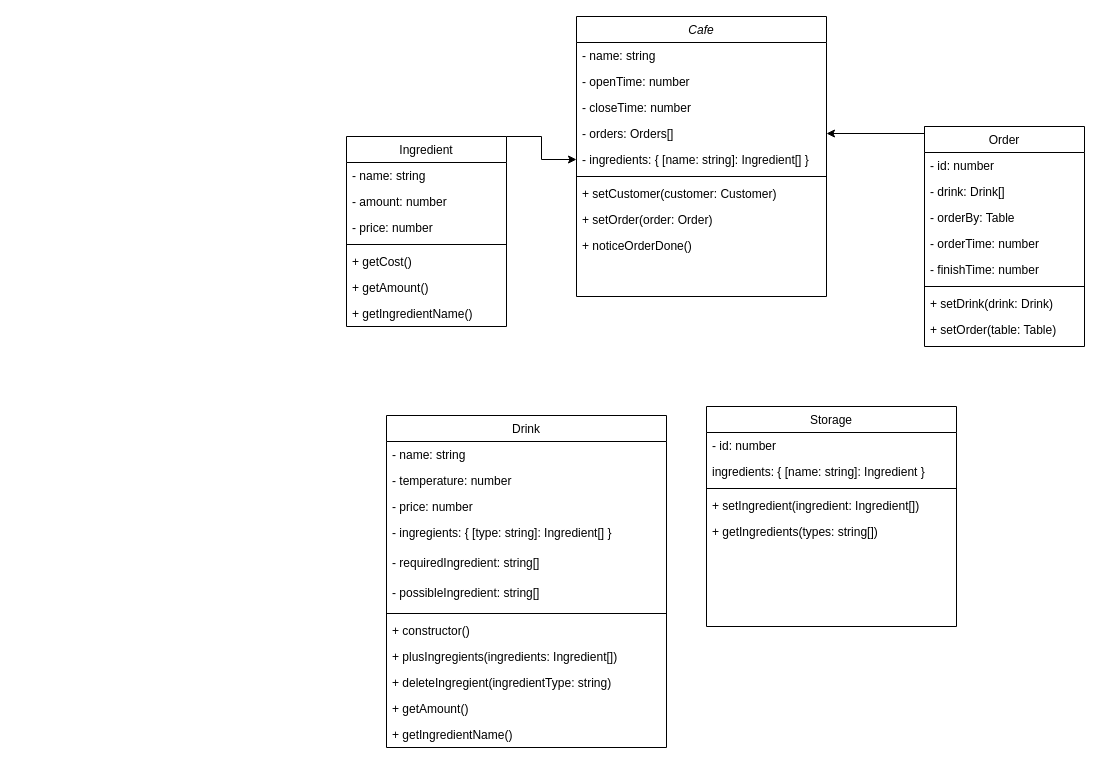
pagers-org/TypeScript-OOP keeps this draw.io diagram as Untitled Diagram.drawio. Above is the earlier version. Source tidied: cells renumbered, new cells numbered last; positions are measured from the earlier drawing's top-left corner, leaving out a move shared by most shapes. Both pictures are drawn from the tidied source at 100%, with x=0, y=0 at pixel (346, 16).
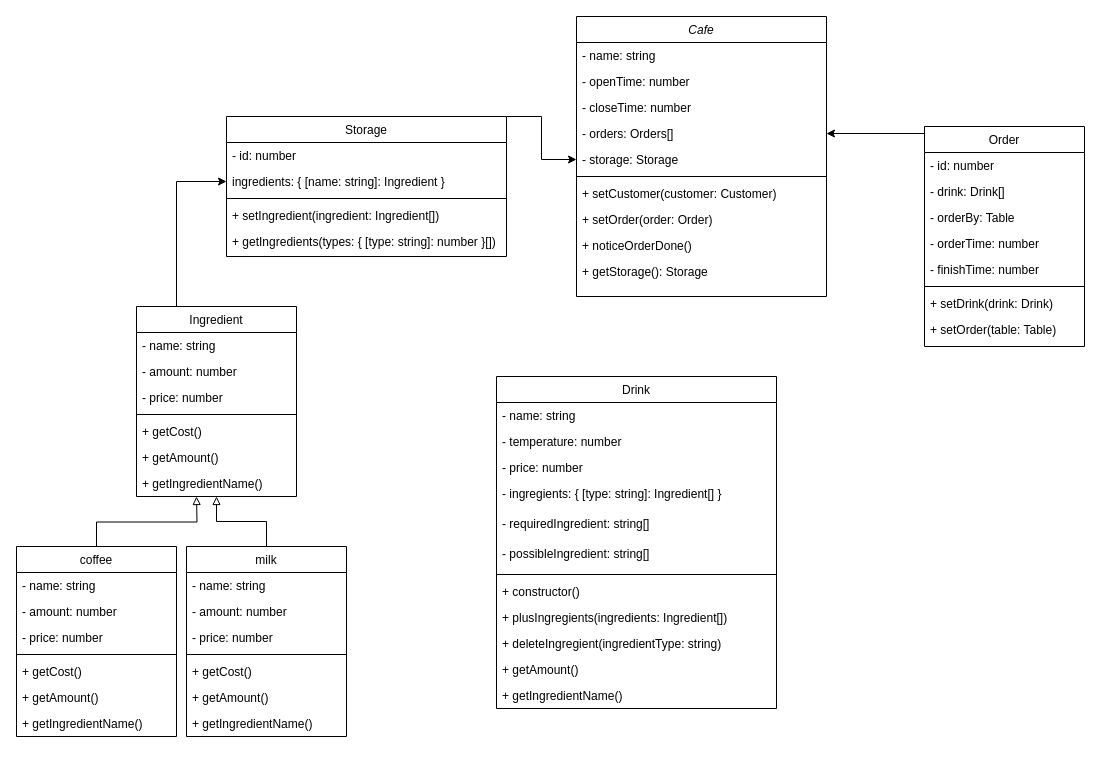
After the change.

Commit message:
Chore : add Storage & Ingredient class

The change refers to these unchanged cells:
```xml
<mxCell id="2" value="Cafe" style="swimlane;fontStyle=2;align=center;verticalAlign=top;horizontal=1;startSize=26;rounded=0;shadow=0;strokeWidth=1;" parent="1" vertex="1">
  <mxGeometry x="230" width="250" height="280" as="geometry" />
</mxCell>
<mxCell id="30" value="+ getIngredientName()" style="text;align=left;verticalAlign=top;spacingLeft=4;spacingRight=4;overflow=hidden;points=[[0,0.5],[1,0.5]];portConstraint=eastwest;" parent="23" vertex="1">
  <mxGeometry y="164" width="160" height="26" as="geometry" />
</mxCell>
```

The edit, as a diff of the source:
```diff
@@
-    <mxCell id="7" value="- ingredients: { [name: string]: Ingredient[] }" style="text;align=left;verticalAlign=top;spacingLeft=4;spacingRight=4;overflow=hidden;points=[[0,0.5],[1,0.5]];portConstraint=eastwest;rounded=0;shadow=0;html=0;" parent="2" vertex="1">
+    <mxCell id="7" value="- storage: Storage" style="text;align=left;verticalAlign=top;spacingLeft=4;spacingRight=4;overflow=hidden;points=[[0,0.5],[1,0.5]];portConstraint=eastwest;rounded=0;shadow=0;html=0;" parent="2" vertex="1">
       <mxGeometry y="130" width="250" height="26" as="geometry" />
     </mxCell>
@@
+    <mxCell id="50" value="+ getStorage(): Storage" style="text;align=left;verticalAlign=top;spacingLeft=4;spacingRight=4;overflow=hidden;rounded=0;shadow=0;html=0;" parent="2" vertex="1">
+      <mxGeometry y="242" width="250" height="26" as="geometry" />
+    </mxCell>
@@
-    <mxCell id="22" style="edgeStyle=orthogonalEdgeStyle;rounded=0;jettySize=auto;html=1;exitX=1;exitY=0;exitDx=0;exitDy=0;entryX=0;entryY=0.5;entryDx=0;entryDy=0;" parent="1" edge="1" source="23" target="7">
-      <mxGeometry relative="1" as="geometry">
-        <Array as="points">
-          <mxPoint x="195" y="120" />
-          <mxPoint x="195" y="143" />
-        </Array>
-      </mxGeometry>
-    </mxCell>
+    <mxCell id="51" style="edgeStyle=orthogonalEdgeStyle;rounded=0;jettySize=auto;html=1;exitX=0.25;exitY=0;exitDx=0;exitDy=0;entryX=0;entryY=0.5;entryDx=0;entryDy=0;" parent="1" edge="1" source="23" target="46">
+      <mxGeometry relative="1" as="geometry" />
+    </mxCell>
     <mxCell id="23" value="Ingredient" style="swimlane;fontStyle=0;align=center;verticalAlign=top;horizontal=1;startSize=26;rounded=0;shadow=0;strokeWidth=1;" parent="1" vertex="1">
-      <mxGeometry y="120" width="160" height="190" as="geometry" />
+      <mxGeometry x="-210" y="290" width="160" height="190" as="geometry" />
     </mxCell>
@@
     <mxCell id="31" value="Drink" style="swimlane;fontStyle=0;align=center;verticalAlign=top;horizontal=1;startSize=26;rounded=0;shadow=0;strokeWidth=1;" parent="1" vertex="1">
-      <mxGeometry x="40" y="399" width="280" height="332" as="geometry" />
+      <mxGeometry x="150" y="360" width="280" height="332" as="geometry" />
     </mxCell>
@@
+    <mxCell id="52" style="edgeStyle=orthogonalEdgeStyle;rounded=0;jettySize=auto;html=1;exitX=1;exitY=0;exitDx=0;exitDy=0;" parent="1" edge="1" source="44" target="7">
+      <mxGeometry relative="1" as="geometry">
+        <Array as="points">
+          <mxPoint x="195" y="100" />
+          <mxPoint x="195" y="143" />
+        </Array>
+      </mxGeometry>
+    </mxCell>
     <mxCell id="44" value="Storage" style="swimlane;fontStyle=0;align=center;verticalAlign=top;horizontal=1;startSize=26;rounded=0;shadow=0;strokeWidth=1;" parent="1" vertex="1">
-      <mxGeometry x="360" y="390" width="250" height="220" as="geometry" />
+      <mxGeometry x="-120" y="100" width="280" height="140" as="geometry" />
     </mxCell>
     <mxCell id="45" value="- id: number" style="text;align=left;verticalAlign=top;spacingLeft=4;spacingRight=4;overflow=hidden;" parent="44" vertex="1">
-      <mxGeometry y="26" width="250" height="26" as="geometry" />
+      <mxGeometry y="26" width="280" height="26" as="geometry" />
     </mxCell>
     <mxCell id="46" value="ingredients: { [name: string]: Ingredient }" style="text;align=left;verticalAlign=top;spacingLeft=4;spacingRight=4;overflow=hidden;points=[[0,0.5],[1,0.5]];portConstraint=eastwest;rounded=0;shadow=0;html=0;" parent="44" vertex="1">
-      <mxGeometry y="52" width="250" height="26" as="geometry" />
+      <mxGeometry y="52" width="280" height="26" as="geometry" />
     </mxCell>
     <mxCell id="47" style="line;html=1;strokeWidth=1;align=left;verticalAlign=middle;spacingTop=-1;spacingLeft=3;spacingRight=3;labelPosition=right;" parent="44" vertex="1">
-      <mxGeometry y="78" width="250" height="8" as="geometry" />
+      <mxGeometry y="78" width="280" height="8" as="geometry" />
     </mxCell>
     <mxCell id="48" value="+ setIngredient(ingredient: Ingredient[])" style="text;align=left;verticalAlign=top;spacingLeft=4;spacingRight=4;overflow=hidden;" parent="44" vertex="1">
-      <mxGeometry y="86" width="250" height="26" as="geometry" />
+      <mxGeometry y="86" width="280" height="26" as="geometry" />
     </mxCell>
-    <mxCell id="49" value="+ getIngredients(types: string[])" style="text;align=left;verticalAlign=top;spacingLeft=4;spacingRight=4;overflow=hidden;" parent="44" vertex="1">
-      <mxGeometry y="112" width="250" height="26" as="geometry" />
+    <mxCell id="49" value="+ getIngredients(types: { [type: string]: number }[])" style="text;align=left;verticalAlign=top;spacingLeft=4;spacingRight=4;overflow=hidden;" parent="44" vertex="1">
+      <mxGeometry y="112" width="280" height="26" as="geometry" />
     </mxCell>
+    <mxCell id="53" style="edgeStyle=orthogonalEdgeStyle;rounded=0;jettySize=auto;html=1;exitX=0.5;exitY=0;exitDx=0;exitDy=0;endArrow=block;endFill=0;" parent="1" edge="1" source="54">
+      <mxGeometry relative="1" as="geometry">
+        <mxPoint x="-150" y="480" as="targetPoint" />
+      </mxGeometry>
+    </mxCell>
+    <mxCell id="54" value="coffee" style="swimlane;fontStyle=0;align=center;verticalAlign=top;horizontal=1;startSize=26;rounded=0;shadow=0;strokeWidth=1;" parent="1" vertex="1">
+      <mxGeometry x="-330" y="530" width="160" height="190" as="geometry" />
+    </mxCell>
+    <mxCell id="55" value="- name: string" style="text;align=left;verticalAlign=top;spacingLeft=4;spacingRight=4;overflow=hidden;" parent="54" vertex="1">
+      <mxGeometry y="26" width="160" height="26" as="geometry" />
+    </mxCell>
+    <mxCell id="56" value="- amount: number" style="text;align=left;verticalAlign=top;spacingLeft=4;spacingRight=4;overflow=hidden;rounded=0;shadow=0;html=0;" parent="54" vertex="1">
+      <mxGeometry y="52" width="160" height="26" as="geometry" />
+    </mxCell>
+    <mxCell id="57" value="- price: number" style="text;align=left;verticalAlign=top;spacingLeft=4;spacingRight=4;overflow=hidden;rounded=0;shadow=0;html=0;" parent="54" vertex="1">
+      <mxGeometry y="78" width="160" height="26" as="geometry" />
+    </mxCell>
+    <mxCell id="58" style="line;html=1;strokeWidth=1;align=left;verticalAlign=middle;spacingTop=-1;spacingLeft=3;spacingRight=3;labelPosition=right;" parent="54" vertex="1">
+      <mxGeometry y="104" width="160" height="8" as="geometry" />
+    </mxCell>
+    <mxCell id="59" value="+ getCost()" style="text;align=left;verticalAlign=top;spacingLeft=4;spacingRight=4;overflow=hidden;" parent="54" vertex="1">
+      <mxGeometry y="112" width="160" height="26" as="geometry" />
+    </mxCell>
+    <mxCell id="60" value="+ getAmount()" style="text;align=left;verticalAlign=top;spacingLeft=4;spacingRight=4;overflow=hidden;" parent="54" vertex="1">
+      <mxGeometry y="138" width="160" height="26" as="geometry" />
+    </mxCell>
+    <mxCell id="61" value="+ getIngredientName()" style="text;align=left;verticalAlign=top;spacingLeft=4;spacingRight=4;overflow=hidden;" parent="54" vertex="1">
+      <mxGeometry y="164" width="160" height="26" as="geometry" />
+    </mxCell>
+    <mxCell id="62" style="edgeStyle=orthogonalEdgeStyle;rounded=0;jettySize=auto;html=1;exitX=0.5;exitY=0;exitDx=0;exitDy=0;entryX=0.5;entryY=1;entryDx=0;entryDy=0;entryPerimeter=0;endArrow=block;endFill=0;" parent="1" edge="1" source="63" target="30">
+      <mxGeometry relative="1" as="geometry" />
+    </mxCell>
+    <mxCell id="63" value="milk" style="swimlane;fontStyle=0;align=center;verticalAlign=top;horizontal=1;startSize=26;rounded=0;shadow=0;strokeWidth=1;" parent="1" vertex="1">
+      <mxGeometry x="-160" y="530" width="160" height="190" as="geometry" />
+    </mxCell>
+    <mxCell id="64" value="- name: string" style="text;align=left;verticalAlign=top;spacingLeft=4;spacingRight=4;overflow=hidden;" parent="63" vertex="1">
+      <mxGeometry y="26" width="160" height="26" as="geometry" />
+    </mxCell>
+    <mxCell id="65" value="- amount: number" style="text;align=left;verticalAlign=top;spacingLeft=4;spacingRight=4;overflow=hidden;rounded=0;shadow=0;html=0;" parent="63" vertex="1">
+      <mxGeometry y="52" width="160" height="26" as="geometry" />
+    </mxCell>
+    <mxCell id="66" value="- price: number" style="text;align=left;verticalAlign=top;spacingLeft=4;spacingRight=4;overflow=hidden;rounded=0;shadow=0;html=0;" parent="63" vertex="1">
+      <mxGeometry y="78" width="160" height="26" as="geometry" />
+    </mxCell>
+    <mxCell id="67" style="line;html=1;strokeWidth=1;align=left;verticalAlign=middle;spacingTop=-1;spacingLeft=3;spacingRight=3;labelPosition=right;" parent="63" vertex="1">
+      <mxGeometry y="104" width="160" height="8" as="geometry" />
+    </mxCell>
+    <mxCell id="68" value="+ getCost()" style="text;align=left;verticalAlign=top;spacingLeft=4;spacingRight=4;overflow=hidden;" parent="63" vertex="1">
+      <mxGeometry y="112" width="160" height="26" as="geometry" />
+    </mxCell>
+    <mxCell id="69" value="+ getAmount()" style="text;align=left;verticalAlign=top;spacingLeft=4;spacingRight=4;overflow=hidden;" parent="63" vertex="1">
+      <mxGeometry y="138" width="160" height="26" as="geometry" />
+    </mxCell>
+    <mxCell id="70" value="+ getIngredientName()" style="text;align=left;verticalAlign=top;spacingLeft=4;spacingRight=4;overflow=hidden;" parent="63" vertex="1">
+      <mxGeometry y="164" width="160" height="26" as="geometry" />
+    </mxCell>
```
